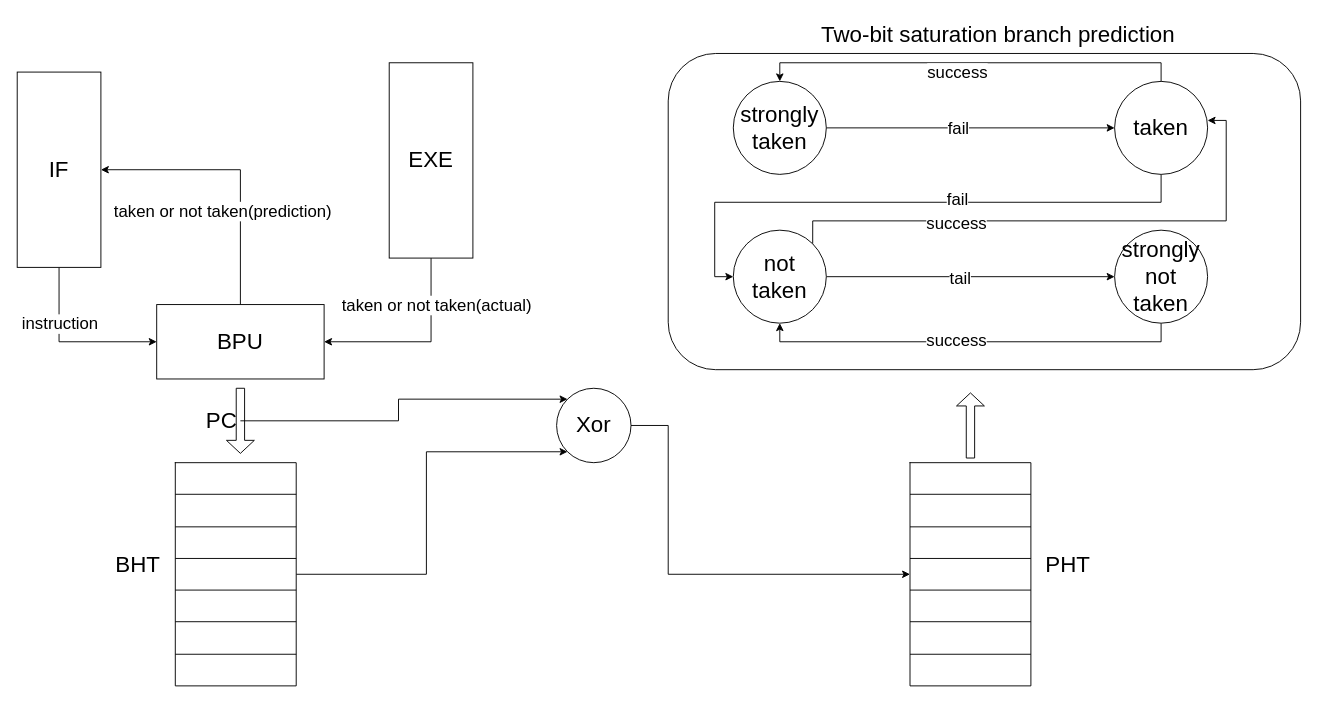
Before: Gshare.drawio in happy-lx/drawio, a draw.io diagram. Source tidied: cells renumbered, new cells numbered last; positions are measured from the earlier drawing's top-left corner, leaving out a move shared by most shapes. Both pictures are drawn from the tidied source at 93%, with x=0, y=0 at pixel (17, 16).
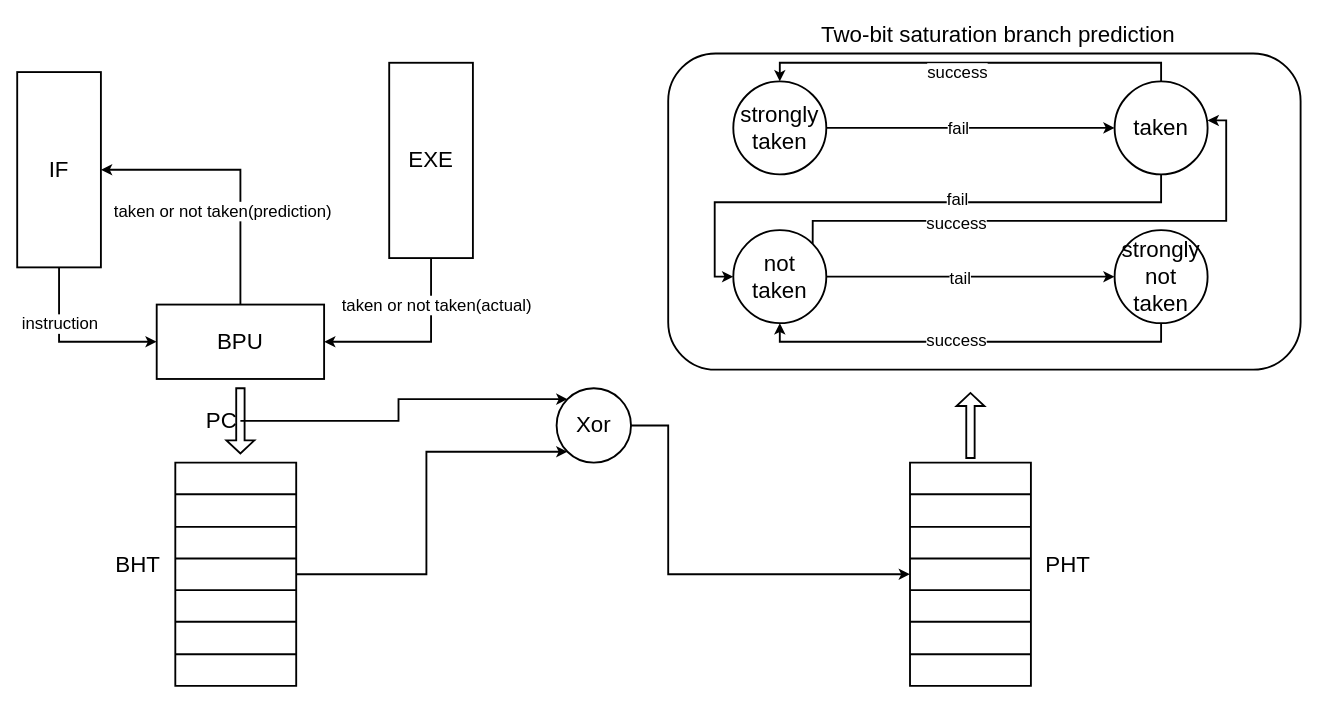
After the change.

Unchanged cells that the change refers to:
```xml
<mxCell id="32" value="&lt;font style=&quot;font-size: 24px&quot;&gt;PC&lt;/font&gt;" style="text;html=1;strokeColor=none;fillColor=none;align=center;verticalAlign=middle;whiteSpace=wrap;rounded=0;" parent="1" vertex="1">
  <mxGeometry x="200" y="425" width="40" height="20" as="geometry" />
</mxCell>
<mxCell id="40" style="shape=partialRectangle;html=1;whiteSpace=wrap;fillColor=none;top=0;left=0;bottom=0;right=0;points=[[0,0.5],[1,0.5]];portConstraint=eastwest;" parent="33" vertex="1">
  <mxGeometry y="103" width="130" height="34" as="geometry" />
</mxCell>
```

Diff of the diagram source:
```diff
@@
-    <mxCell id="2" style="edgeStyle=orthogonalEdgeStyle;rounded=0;jettySize=auto;html=1;exitX=0.5;exitY=1;exitDx=0;exitDy=0;entryX=0;entryY=0.5;entryDx=0;entryDy=0;" parent="1" edge="1" source="4" target="10">
+    <mxCell id="2" style="edgeStyle=orthogonalEdgeStyle;rounded=0;jettySize=auto;html=1;exitX=0.5;exitY=1;exitDx=0;exitDy=0;entryX=0;entryY=0.5;entryDx=0;entryDy=0;strokeWidth=2;" parent="1" edge="1" source="4" target="10">
       <mxGeometry relative="1" as="geometry" />
     </mxCell>
@@
-    <mxCell id="4" value="&lt;font style=&quot;font-size: 24px&quot;&gt;IF&lt;/font&gt;" style="rounded=0;whiteSpace=wrap;html=1;" parent="1" vertex="1">
+    <mxCell id="4" value="&lt;font style=&quot;font-size: 24px&quot;&gt;IF&lt;/font&gt;" style="rounded=0;whiteSpace=wrap;html=1;strokeWidth=2;" parent="1" vertex="1">
       <mxGeometry y="60" width="90" height="210" as="geometry" />
     </mxCell>
-    <mxCell id="5" style="edgeStyle=orthogonalEdgeStyle;rounded=0;jettySize=auto;html=1;exitX=0.5;exitY=1;exitDx=0;exitDy=0;entryX=1;entryY=0.5;entryDx=0;entryDy=0;" parent="1" edge="1" source="7" target="10">
+    <mxCell id="5" style="edgeStyle=orthogonalEdgeStyle;rounded=0;jettySize=auto;html=1;exitX=0.5;exitY=1;exitDx=0;exitDy=0;entryX=1;entryY=0.5;entryDx=0;entryDy=0;strokeWidth=2;" parent="1" edge="1" source="7" target="10">
       <mxGeometry relative="1" as="geometry" />
     </mxCell>
@@
-    <mxCell id="7" value="&lt;font style=&quot;font-size: 24px&quot;&gt;EXE&lt;/font&gt;" style="rounded=0;whiteSpace=wrap;html=1;" parent="1" vertex="1">
+    <mxCell id="7" value="&lt;font style=&quot;font-size: 24px&quot;&gt;EXE&lt;/font&gt;" style="rounded=0;whiteSpace=wrap;html=1;strokeWidth=2;" parent="1" vertex="1">
       <mxGeometry x="400" y="50" width="90" height="210" as="geometry" />
     </mxCell>
-    <mxCell id="8" style="edgeStyle=orthogonalEdgeStyle;rounded=0;jettySize=auto;html=1;exitX=0.5;exitY=0;exitDx=0;exitDy=0;entryX=1;entryY=0.5;entryDx=0;entryDy=0;" parent="1" edge="1" source="10" target="4">
+    <mxCell id="8" style="edgeStyle=orthogonalEdgeStyle;rounded=0;jettySize=auto;html=1;exitX=0.5;exitY=0;exitDx=0;exitDy=0;entryX=1;entryY=0.5;entryDx=0;entryDy=0;strokeWidth=2;" parent="1" edge="1" source="10" target="4">
       <mxGeometry relative="1" as="geometry" />
     </mxCell>
@@
-    <mxCell id="10" value="&lt;font style=&quot;font-size: 24px&quot;&gt;BPU&lt;/font&gt;" style="rounded=0;whiteSpace=wrap;html=1;" parent="1" vertex="1">
+    <mxCell id="10" value="&lt;font style=&quot;font-size: 24px&quot;&gt;BPU&lt;/font&gt;" style="rounded=0;whiteSpace=wrap;html=1;strokeWidth=2;" parent="1" vertex="1">
       <mxGeometry x="150" y="310" width="180" height="80" as="geometry" />
     </mxCell>
-    <mxCell id="11" style="edgeStyle=orthogonalEdgeStyle;rounded=0;jettySize=auto;html=1;entryX=0;entryY=1;entryDx=0;entryDy=0;" parent="1" edge="1" source="12" target="28">
+    <mxCell id="11" style="edgeStyle=orthogonalEdgeStyle;rounded=0;jettySize=auto;html=1;entryX=0;entryY=1;entryDx=0;entryDy=0;strokeWidth=2;" parent="1" edge="1" source="12" target="28">
       <mxGeometry relative="1" as="geometry" />
     </mxCell>
-    <mxCell id="12" style="shape=table;html=1;whiteSpace=wrap;startSize=0;childLayout=tableLayout;" parent="1" vertex="1">
+    <mxCell id="12" style="shape=table;html=1;whiteSpace=wrap;startSize=0;childLayout=tableLayout;strokeWidth=2;" parent="1" vertex="1">
       <mxGeometry x="170" y="480" width="130" height="240" as="geometry" />
     </mxCell>
@@
-    <mxCell id="27" style="edgeStyle=orthogonalEdgeStyle;rounded=0;jettySize=auto;html=1;entryX=0;entryY=0.5;entryDx=0;entryDy=0;" parent="1" edge="1" source="28" target="40">
+    <mxCell id="27" style="edgeStyle=orthogonalEdgeStyle;rounded=0;jettySize=auto;html=1;entryX=0;entryY=0.5;entryDx=0;entryDy=0;strokeWidth=2;" parent="1" edge="1" source="28" target="40">
       <mxGeometry relative="1" as="geometry">
         <Array as="points">
           <mxPoint x="700" y="440" />
           <mxPoint x="700" y="600" />
         </Array>
       </mxGeometry>
     </mxCell>
-    <mxCell id="28" value="&lt;font style=&quot;font-size: 24px&quot;&gt;Xor&lt;/font&gt;" style="ellipse;whiteSpace=wrap;html=1;" parent="1" vertex="1">
+    <mxCell id="28" value="&lt;font style=&quot;font-size: 24px&quot;&gt;Xor&lt;/font&gt;" style="ellipse;whiteSpace=wrap;html=1;strokeWidth=2;" parent="1" vertex="1">
       <mxGeometry x="580" y="400" width="80" height="80" as="geometry" />
     </mxCell>
@@
-    <mxCell id="30" style="shape=singleArrow;direction=south;whiteSpace=wrap;html=1;" parent="1" vertex="1">
+    <mxCell id="30" style="shape=singleArrow;direction=south;whiteSpace=wrap;html=1;strokeWidth=2;" parent="1" vertex="1">
       <mxGeometry x="225" y="400" width="30" height="70" as="geometry" />
     </mxCell>
-    <mxCell id="31" style="edgeStyle=orthogonalEdgeStyle;rounded=0;jettySize=auto;html=1;entryX=0;entryY=0;entryDx=0;entryDy=0;" parent="1" edge="1" source="32" target="28">
+    <mxCell id="31" style="edgeStyle=orthogonalEdgeStyle;rounded=0;jettySize=auto;html=1;entryX=0;entryY=0;entryDx=0;entryDy=0;strokeWidth=2;" parent="1" edge="1" source="32" target="28">
       <mxGeometry relative="1" as="geometry" />
     </mxCell>
@@
-    <mxCell id="33" style="shape=table;html=1;whiteSpace=wrap;startSize=0;childLayout=tableLayout;" parent="1" vertex="1">
+    <mxCell id="33" style="shape=table;html=1;whiteSpace=wrap;startSize=0;childLayout=tableLayout;strokeWidth=2;" parent="1" vertex="1">
       <mxGeometry x="960" y="480" width="130" height="240" as="geometry" />
     </mxCell>
@@
-    <mxCell id="49" style="shape=singleArrow;direction=south;whiteSpace=wrap;html=1;rotation=-180;" parent="1" vertex="1">
+    <mxCell id="49" style="shape=singleArrow;direction=south;whiteSpace=wrap;html=1;rotation=-180;strokeWidth=2;" parent="1" vertex="1">
       <mxGeometry x="1010" y="405" width="30" height="70" as="geometry" />
     </mxCell>
-    <mxCell id="50" style="rounded=1;whiteSpace=wrap;html=1;" parent="1" vertex="1">
+    <mxCell id="50" style="rounded=1;whiteSpace=wrap;html=1;strokeWidth=2;" parent="1" vertex="1">
       <mxGeometry x="700" y="40" width="680" height="340" as="geometry" />
     </mxCell>
@@
-    <mxCell id="52" style="edgeStyle=orthogonalEdgeStyle;rounded=0;jettySize=auto;html=1;exitX=1;exitY=0.5;exitDx=0;exitDy=0;" parent="1" edge="1" source="54" target="59">
+    <mxCell id="52" style="edgeStyle=orthogonalEdgeStyle;rounded=0;jettySize=auto;html=1;exitX=1;exitY=0.5;exitDx=0;exitDy=0;strokeWidth=2;" parent="1" edge="1" source="54" target="59">
       <mxGeometry relative="1" as="geometry" />
     </mxCell>
@@
-    <mxCell id="54" value="&lt;font style=&quot;font-size: 24px&quot;&gt;strongly&lt;br&gt;taken&lt;/font&gt;" style="ellipse;whiteSpace=wrap;html=1;" parent="1" vertex="1">
+    <mxCell id="54" value="&lt;font style=&quot;font-size: 24px&quot;&gt;strongly&lt;br&gt;taken&lt;/font&gt;" style="ellipse;whiteSpace=wrap;html=1;strokeWidth=2;" parent="1" vertex="1">
       <mxGeometry x="770" y="70" width="100" height="100" as="geometry" />
     </mxCell>
-    <mxCell id="55" style="edgeStyle=orthogonalEdgeStyle;rounded=0;jettySize=auto;html=1;exitX=0.5;exitY=0;exitDx=0;exitDy=0;entryX=0.5;entryY=0;entryDx=0;entryDy=0;" parent="1" edge="1" source="59" target="54">
+    <mxCell id="55" style="edgeStyle=orthogonalEdgeStyle;rounded=0;jettySize=auto;html=1;exitX=0.5;exitY=0;exitDx=0;exitDy=0;entryX=0.5;entryY=0;entryDx=0;entryDy=0;strokeWidth=2;" parent="1" edge="1" source="59" target="54">
       <mxGeometry relative="1" as="geometry" />
     </mxCell>
@@
-    <mxCell id="57" style="edgeStyle=orthogonalEdgeStyle;rounded=0;jettySize=auto;html=1;exitX=0.5;exitY=1;exitDx=0;exitDy=0;entryX=0;entryY=0.5;entryDx=0;entryDy=0;" parent="1" edge="1" source="59" target="64">
+    <mxCell id="57" style="edgeStyle=orthogonalEdgeStyle;rounded=0;jettySize=auto;html=1;exitX=0.5;exitY=1;exitDx=0;exitDy=0;entryX=0;entryY=0.5;entryDx=0;entryDy=0;strokeWidth=2;" parent="1" edge="1" source="59" target="64">
       <mxGeometry relative="1" as="geometry" />
     </mxCell>
@@
-    <mxCell id="59" value="&lt;span style=&quot;font-size: 24px&quot;&gt;taken&lt;/span&gt;" style="ellipse;whiteSpace=wrap;html=1;" parent="1" vertex="1">
+    <mxCell id="59" value="&lt;span style=&quot;font-size: 24px&quot;&gt;taken&lt;/span&gt;" style="ellipse;whiteSpace=wrap;html=1;strokeWidth=2;" parent="1" vertex="1">
       <mxGeometry x="1180" y="70" width="100" height="100" as="geometry" />
     </mxCell>
-    <mxCell id="60" style="edgeStyle=orthogonalEdgeStyle;rounded=0;jettySize=auto;html=1;exitX=1;exitY=0.5;exitDx=0;exitDy=0;" parent="1" edge="1" source="64" target="67">
+    <mxCell id="60" style="edgeStyle=orthogonalEdgeStyle;rounded=0;jettySize=auto;html=1;exitX=1;exitY=0.5;exitDx=0;exitDy=0;strokeWidth=2;" parent="1" edge="1" source="64" target="67">
       <mxGeometry relative="1" as="geometry" />
     </mxCell>
@@
-    <mxCell id="62" style="edgeStyle=orthogonalEdgeStyle;rounded=0;jettySize=auto;html=1;exitX=1;exitY=0;exitDx=0;exitDy=0;entryX=1;entryY=0.42;entryDx=0;entryDy=0;entryPerimeter=0;" parent="1" edge="1" source="64" target="59">
+    <mxCell id="62" style="edgeStyle=orthogonalEdgeStyle;rounded=0;jettySize=auto;html=1;exitX=1;exitY=0;exitDx=0;exitDy=0;entryX=1;entryY=0.42;entryDx=0;entryDy=0;entryPerimeter=0;strokeWidth=2;" parent="1" edge="1" source="64" target="59">
       <mxGeometry relative="1" as="geometry">
         <Array as="points">
           <mxPoint x="855" y="220" />
           <mxPoint x="1300" y="220" />
           <mxPoint x="1300" y="112" />
         </Array>
       </mxGeometry>
     </mxCell>
@@
-    <mxCell id="64" value="&lt;span style=&quot;font-size: 24px&quot;&gt;not taken&lt;/span&gt;" style="ellipse;whiteSpace=wrap;html=1;" parent="1" vertex="1">
+    <mxCell id="64" value="&lt;span style=&quot;font-size: 24px&quot;&gt;not taken&lt;/span&gt;" style="ellipse;whiteSpace=wrap;html=1;strokeWidth=2;" parent="1" vertex="1">
       <mxGeometry x="770" y="230" width="100" height="100" as="geometry" />
     </mxCell>
-    <mxCell id="65" style="edgeStyle=orthogonalEdgeStyle;rounded=0;jettySize=auto;html=1;exitX=0.5;exitY=1;exitDx=0;exitDy=0;entryX=0.5;entryY=1;entryDx=0;entryDy=0;" parent="1" edge="1" source="67" target="64">
+    <mxCell id="65" style="edgeStyle=orthogonalEdgeStyle;rounded=0;jettySize=auto;html=1;exitX=0.5;exitY=1;exitDx=0;exitDy=0;entryX=0.5;entryY=1;entryDx=0;entryDy=0;strokeWidth=2;" parent="1" edge="1" source="67" target="64">
       <mxGeometry relative="1" as="geometry" />
     </mxCell>
@@
-    <mxCell id="67" value="&lt;font style=&quot;font-size: 24px&quot;&gt;strongly&lt;br&gt;not&lt;br&gt;taken&lt;/font&gt;" style="ellipse;whiteSpace=wrap;html=1;" parent="1" vertex="1">
+    <mxCell id="67" value="&lt;font style=&quot;font-size: 24px&quot;&gt;strongly&lt;br&gt;not&lt;br&gt;taken&lt;/font&gt;" style="ellipse;whiteSpace=wrap;html=1;strokeWidth=2;" parent="1" vertex="1">
       <mxGeometry x="1180" y="230" width="100" height="100" as="geometry" />
     </mxCell>
```
